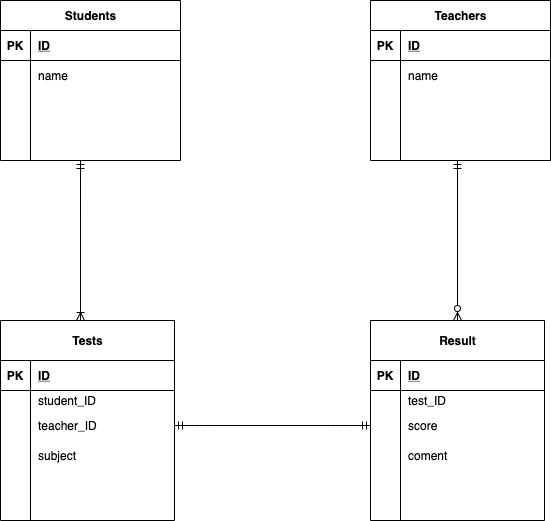
This is index.drawio.png from UYA17/database_test, a draw.io export, as it was before one commit. Source tidied: cells renumbered, new cells last; positions are measured from the earlier drawing's top-left corner, leaving out a move shared by most shapes.
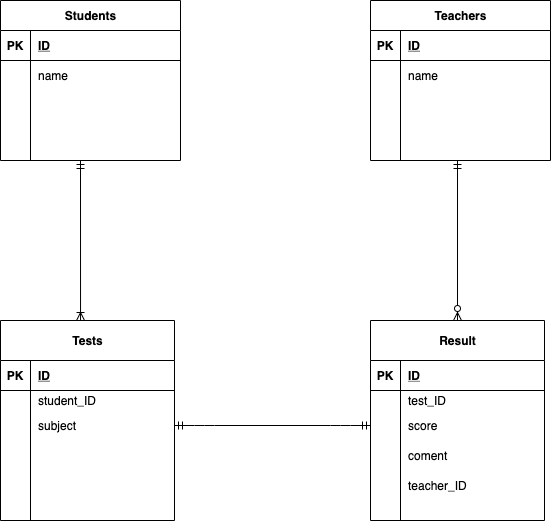
The same file after the commit.

The edit, as a diff of the source:
```diff
@@ -107,7 +107,7 @@
     <mxCell id="36" style="shape=partialRectangle;fillColor=none;top=0;left=0;bottom=0;right=0;overflow=hidden;" parent="35" vertex="1">
       <mxGeometry width="30" height="30" as="geometry" />
     </mxCell>
-    <mxCell id="37" value="teacher_ID" style="shape=partialRectangle;fillColor=none;top=0;left=0;bottom=0;right=0;align=left;spacingLeft=6;overflow=hidden;" parent="35" vertex="1">
+    <mxCell id="37" value="subject" style="shape=partialRectangle;fillColor=none;top=0;left=0;bottom=0;right=0;align=left;spacingLeft=6;overflow=hidden;" parent="35" vertex="1">
       <mxGeometry x="30" width="144" height="30" as="geometry" />
     </mxCell>
     <mxCell id="38" style="shape=partialRectangle;fillColor=none;top=0;left=0;bottom=0;right=0;" parent="28" vertex="1">
@@ -116,7 +116,7 @@
     <mxCell id="39" style="shape=partialRectangle;fillColor=none;top=0;left=0;bottom=0;right=0;overflow=hidden;" parent="38" vertex="1">
       <mxGeometry width="30" height="30" as="geometry" />
     </mxCell>
-    <mxCell id="40" value="subject" style="shape=partialRectangle;fillColor=none;top=0;left=0;bottom=0;right=0;align=left;spacingLeft=6;overflow=hidden;" parent="38" vertex="1">
+    <mxCell id="40" style="shape=partialRectangle;fillColor=none;top=0;left=0;bottom=0;right=0;align=left;spacingLeft=6;overflow=hidden;" parent="38" vertex="1">
       <mxGeometry x="30" width="144" height="30" as="geometry" />
     </mxCell>
     <mxCell id="41" style="shape=partialRectangle;fillColor=none;top=0;left=0;bottom=0;right=0;" parent="28" vertex="1">
@@ -173,7 +173,7 @@
     <mxCell id="58" style="shape=partialRectangle;fillColor=none;top=0;left=0;bottom=0;right=0;overflow=hidden;" parent="57" vertex="1">
       <mxGeometry width="30" height="30" as="geometry" />
     </mxCell>
-    <mxCell id="59" style="shape=partialRectangle;fillColor=none;top=0;left=0;bottom=0;right=0;align=left;spacingLeft=6;overflow=hidden;" parent="57" vertex="1">
+    <mxCell id="59" value="teacher_ID" style="shape=partialRectangle;fillColor=none;top=0;left=0;bottom=0;right=0;align=left;spacingLeft=6;overflow=hidden;" parent="57" vertex="1">
       <mxGeometry x="30" width="144" height="30" as="geometry" />
     </mxCell>
     <mxCell id="60" style="fontSize=12;html=1;endArrow=ERoneToMany;startArrow=ERmandOne;entryX=0.46;entryY=0;entryDx=0;entryDy=0;entryPerimeter=0;" parent="1" edge="1" target="28">
```
